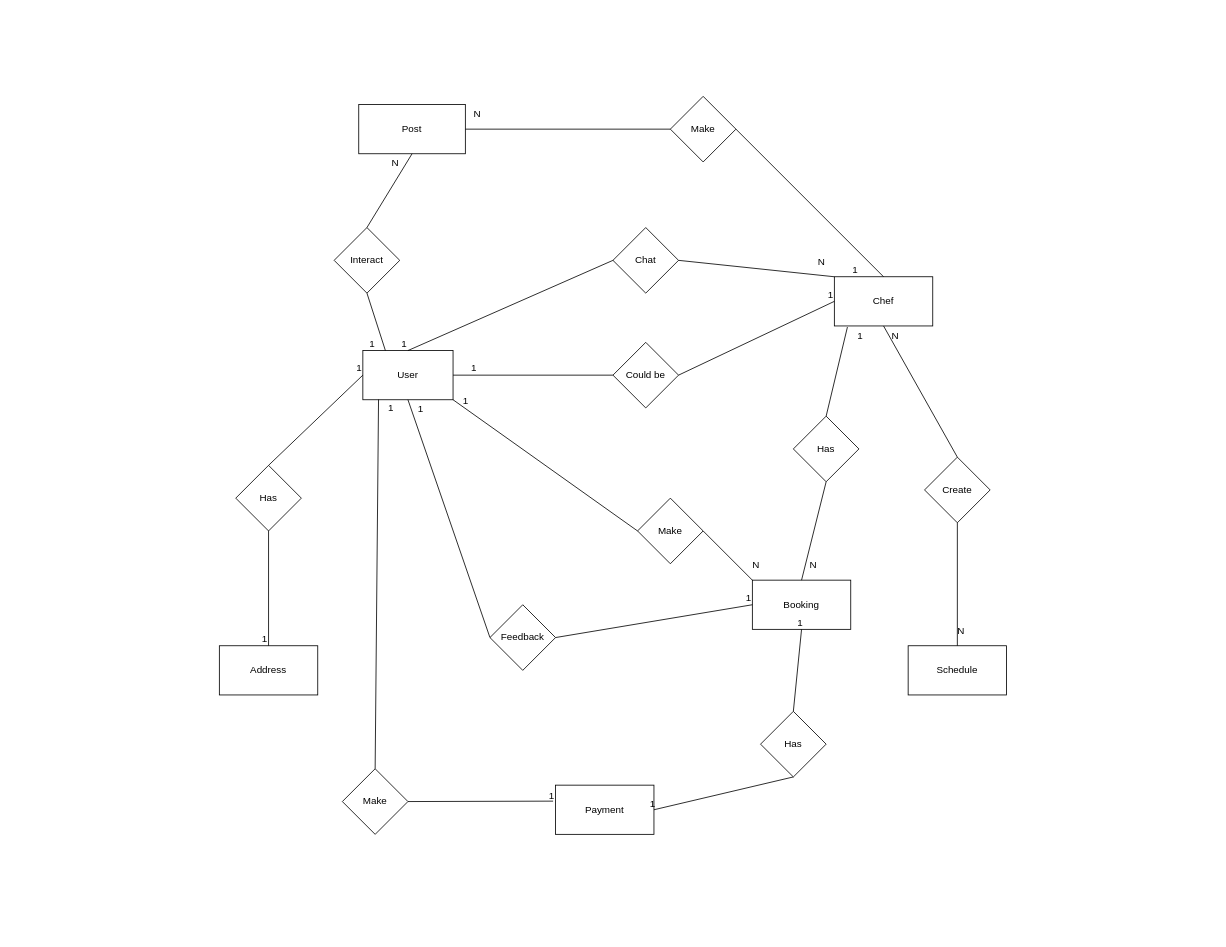
Earlier version of the draw.io diagram ERDiagram.drawio (sagarukani/Chef.IO). Source tidied: cells renumbered, new cells numbered last; positions are measured from the earlier drawing's top-left corner, leaving out a move shared by most shapes. Both pictures are drawn from the tidied source at 82%, with x=0, y=0 at pixel (219, 96).
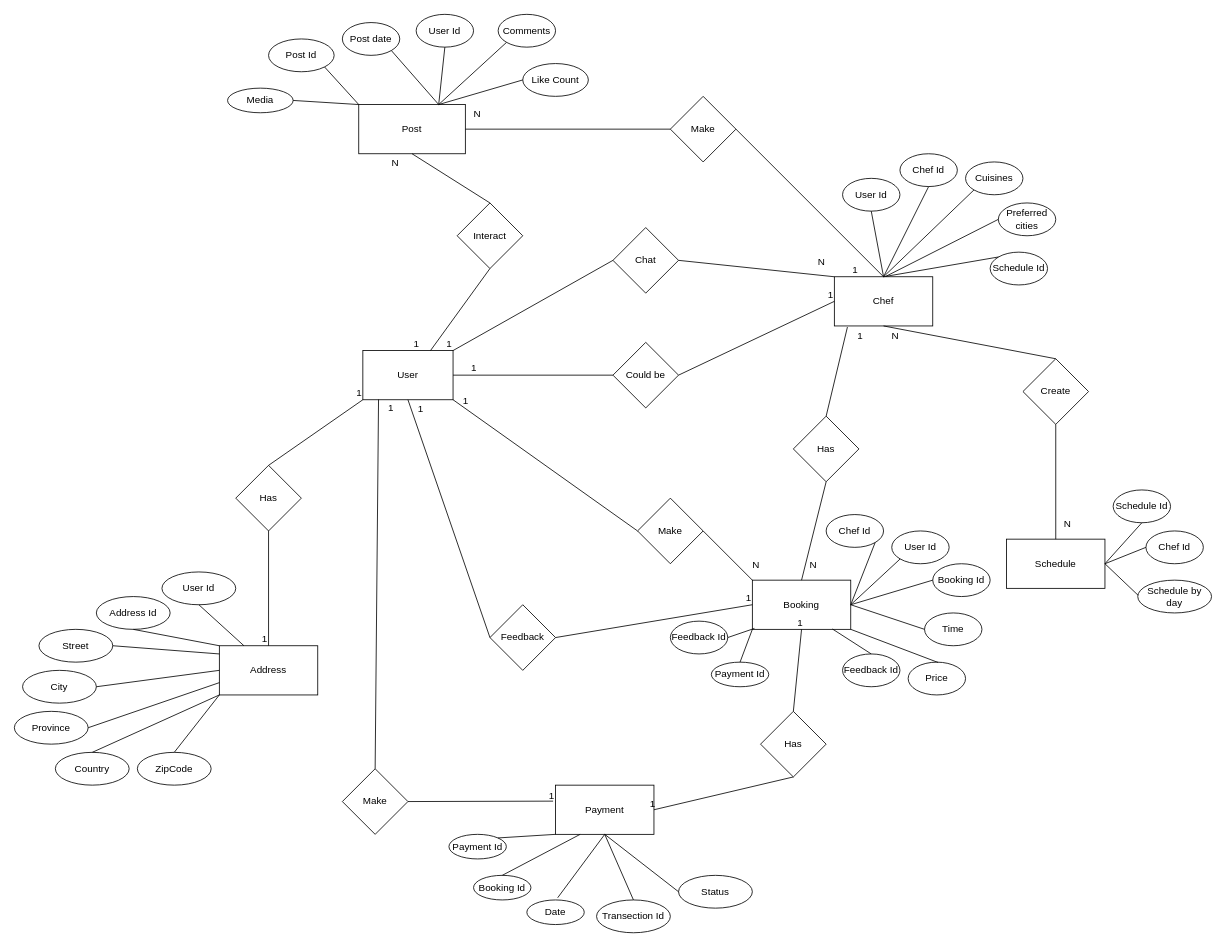
After the change.

Unchanged cells that the change refers to:
```xml
<mxCell id="2" value="User" style="rounded=0;whiteSpace=wrap;html=1;" parent="1" vertex="1">
  <mxGeometry x="175" y="310" width="110" height="60" as="geometry" />
</mxCell>
<mxCell id="3" value="Address" style="rounded=0;whiteSpace=wrap;html=1;" parent="1" vertex="1">
  <mxGeometry y="670" width="120" height="60" as="geometry" />
</mxCell>
<mxCell id="4" value="Chef" style="rounded=0;whiteSpace=wrap;html=1;" parent="1" vertex="1">
  <mxGeometry x="750" y="220" width="120" height="60" as="geometry" />
</mxCell>
<mxCell id="6" value="Booking" style="rounded=0;whiteSpace=wrap;html=1;" parent="1" vertex="1">
  <mxGeometry x="650" y="590" width="120" height="60" as="geometry" />
</mxCell>
<mxCell id="7" value="Payment" style="rounded=0;whiteSpace=wrap;html=1;" parent="1" vertex="1">
  <mxGeometry x="410" y="840" width="120" height="60" as="geometry" />
</mxCell>
<mxCell id="8" value="Post" style="rounded=0;whiteSpace=wrap;html=1;" parent="1" vertex="1">
  <mxGeometry x="170" y="10" width="130" height="60" as="geometry" />
</mxCell>
<mxCell id="14" value="Has" style="rhombus;whiteSpace=wrap;html=1;" parent="1" vertex="1">
  <mxGeometry x="20" y="450" width="80" height="80" as="geometry" />
</mxCell>
<mxCell id="32" style="endArrow=none;html=1;rounded=0;entryX=0.5;entryY=0;entryDx=0;entryDy=0;exitX=0.5;exitY=1;exitDx=0;exitDy=0;" parent="1" edge="1" source="29" target="5">
  <mxGeometry relative="1" as="geometry" />
</mxCell>
<mxCell id="49" value="Chat" style="rhombus;whiteSpace=wrap;html=1;" parent="1" vertex="1">
  <mxGeometry x="480" y="160" width="80" height="80" as="geometry" />
</mxCell>
```

The edit, as a diff of the source:
```diff
@@
     <mxCell id="5" value="Schedule" style="rounded=0;whiteSpace=wrap;html=1;" parent="1" vertex="1">
-      <mxGeometry x="840" y="670" width="120" height="60" as="geometry" />
+      <mxGeometry x="960" y="540" width="120" height="60" as="geometry" />
     </mxCell>
@@
-    <mxCell id="15" style="endArrow=none;html=1;rounded=0;exitX=0.5;exitY=0;exitDx=0;exitDy=0;entryX=0;entryY=0.5;entryDx=0;entryDy=0;" parent="1" edge="1" source="14" target="2">
+    <mxCell id="15" style="endArrow=none;html=1;rounded=0;exitX=0.5;exitY=0;exitDx=0;exitDy=0;entryX=0;entryY=1;entryDx=0;entryDy=0;" parent="1" edge="1" source="14" target="2">
       <mxGeometry relative="1" as="geometry" />
     </mxCell>
@@
     <mxCell id="29" value="Create" style="rhombus;whiteSpace=wrap;html=1;" parent="1" vertex="1">
-      <mxGeometry x="860" y="440" width="80" height="80" as="geometry" />
+      <mxGeometry x="980" y="320" width="80" height="80" as="geometry" />
     </mxCell>
@@
     <mxCell id="33" value="N" style="html=1;whiteSpace=wrap;align=right;verticalAlign=bottom;" parent="32" vertex="1">
       <mxGeometry x="1" relative="1" as="geometry">
-        <mxPoint x="10" y="-10" as="offset" />
+        <mxPoint x="20" y="-10" as="offset" />
       </mxGeometry>
     </mxCell>
@@
-    <mxCell id="50" style="endArrow=none;html=1;rounded=0;exitX=0;exitY=0.5;exitDx=0;exitDy=0;entryX=0.5;entryY=0;entryDx=0;entryDy=0;" parent="1" edge="1" source="49" target="2">
+    <mxCell id="50" style="endArrow=none;html=1;rounded=0;exitX=0;exitY=0.5;exitDx=0;exitDy=0;entryX=1;entryY=0;entryDx=0;entryDy=0;" parent="1" edge="1" source="49" target="2">
       <mxGeometry relative="1" as="geometry" />
     </mxCell>
@@
     <mxCell id="59" value="Interact" style="rhombus;whiteSpace=wrap;html=1;" parent="1" vertex="1">
-      <mxGeometry x="140" y="160" width="80" height="80" as="geometry" />
+      <mxGeometry x="290" y="130" width="80" height="80" as="geometry" />
     </mxCell>
-    <mxCell id="60" style="endArrow=none;html=1;rounded=0;exitX=0.5;exitY=1;exitDx=0;exitDy=0;entryX=0.25;entryY=0;entryDx=0;entryDy=0;" parent="1" edge="1" source="59" target="2">
+    <mxCell id="60" style="endArrow=none;html=1;rounded=0;exitX=0.5;exitY=1;exitDx=0;exitDy=0;entryX=0.75;entryY=0;entryDx=0;entryDy=0;" parent="1" edge="1" source="59" target="2">
       <mxGeometry relative="1" as="geometry" />
     </mxCell>
@@
+    <mxCell id="64" value="Post Id" style="ellipse;whiteSpace=wrap;html=1;" parent="1" vertex="1">
+      <mxGeometry x="60" y="-70" width="80" height="40" as="geometry" />
+    </mxCell>
+    <mxCell id="65" value="Media" style="ellipse;whiteSpace=wrap;html=1;" parent="1" vertex="1">
+      <mxGeometry x="10" y="-10" width="80" height="30" as="geometry" />
+    </mxCell>
+    <mxCell id="66" value="Like Count" style="ellipse;whiteSpace=wrap;html=1;" parent="1" vertex="1">
+      <mxGeometry x="370" y="-40" width="80" height="40" as="geometry" />
+    </mxCell>
+    <mxCell id="67" value="Comments" style="ellipse;whiteSpace=wrap;html=1;" parent="1" vertex="1">
+      <mxGeometry x="340" y="-100" width="70" height="40" as="geometry" />
+    </mxCell>
+    <mxCell id="68" value="Post date" style="ellipse;whiteSpace=wrap;html=1;" parent="1" vertex="1">
+      <mxGeometry x="150" y="-90" width="70" height="40" as="geometry" />
+    </mxCell>
+    <mxCell id="69" value="User Id" style="ellipse;whiteSpace=wrap;html=1;" parent="1" vertex="1">
+      <mxGeometry x="240" y="-100" width="70" height="40" as="geometry" />
+    </mxCell>
+    <mxCell id="70" value="User Id" style="ellipse;whiteSpace=wrap;html=1;" parent="1" vertex="1">
+      <mxGeometry x="760" y="100" width="70" height="40" as="geometry" />
+    </mxCell>
+    <mxCell id="71" value="Chef Id" style="ellipse;whiteSpace=wrap;html=1;" parent="1" vertex="1">
+      <mxGeometry x="830" y="70" width="70" height="40" as="geometry" />
+    </mxCell>
+    <mxCell id="72" value="Cuisines" style="ellipse;whiteSpace=wrap;html=1;" parent="1" vertex="1">
+      <mxGeometry x="910" y="80" width="70" height="40" as="geometry" />
+    </mxCell>
+    <mxCell id="73" value="Preferred cities" style="ellipse;whiteSpace=wrap;html=1;" parent="1" vertex="1">
+      <mxGeometry x="950" y="130" width="70" height="40" as="geometry" />
+    </mxCell>
+    <mxCell id="74" value="Schedule Id" style="ellipse;whiteSpace=wrap;html=1;" parent="1" vertex="1">
+      <mxGeometry x="940" y="190" width="70" height="40" as="geometry" />
+    </mxCell>
+    <mxCell id="75" value="Schedule Id" style="ellipse;whiteSpace=wrap;html=1;" parent="1" vertex="1">
+      <mxGeometry x="1090" y="480" width="70" height="40" as="geometry" />
+    </mxCell>
+    <mxCell id="76" value="Chef Id" style="ellipse;whiteSpace=wrap;html=1;" parent="1" vertex="1">
+      <mxGeometry x="1130" y="530" width="70" height="40" as="geometry" />
+    </mxCell>
+    <mxCell id="77" value="Schedule by day" style="ellipse;whiteSpace=wrap;html=1;" parent="1" vertex="1">
+      <mxGeometry x="1120" y="590" width="90" height="40" as="geometry" />
+    </mxCell>
+    <mxCell id="78" value="Chef Id" style="ellipse;whiteSpace=wrap;html=1;" parent="1" vertex="1">
+      <mxGeometry x="740" y="510" width="70" height="40" as="geometry" />
+    </mxCell>
+    <mxCell id="79" value="User Id" style="ellipse;whiteSpace=wrap;html=1;" parent="1" vertex="1">
+      <mxGeometry x="820" y="530" width="70" height="40" as="geometry" />
+    </mxCell>
+    <mxCell id="80" value="Booking Id" style="ellipse;whiteSpace=wrap;html=1;" parent="1" vertex="1">
+      <mxGeometry x="870" y="570" width="70" height="40" as="geometry" />
+    </mxCell>
+    <mxCell id="81" value="Time" style="ellipse;whiteSpace=wrap;html=1;" parent="1" vertex="1">
+      <mxGeometry x="860" y="630" width="70" height="40" as="geometry" />
+    </mxCell>
+    <mxCell id="82" value="Price" style="ellipse;whiteSpace=wrap;html=1;" parent="1" vertex="1">
+      <mxGeometry x="840" y="690" width="70" height="40" as="geometry" />
+    </mxCell>
+    <mxCell id="83" value="Payment Id" style="ellipse;whiteSpace=wrap;html=1;" parent="1" vertex="1">
+      <mxGeometry x="600" y="690" width="70" height="30" as="geometry" />
+    </mxCell>
+    <mxCell id="84" value="Feedback Id" style="ellipse;whiteSpace=wrap;html=1;" parent="1" vertex="1">
+      <mxGeometry x="760" y="680" width="70" height="40" as="geometry" />
+    </mxCell>
+    <mxCell id="85" value="Feedback Id" style="ellipse;whiteSpace=wrap;html=1;" parent="1" vertex="1">
+      <mxGeometry x="550" y="640" width="70" height="40" as="geometry" />
+    </mxCell>
+    <mxCell id="86" value="Payment Id" style="ellipse;whiteSpace=wrap;html=1;" parent="1" vertex="1">
+      <mxGeometry x="280" y="900" width="70" height="30" as="geometry" />
+    </mxCell>
+    <mxCell id="87" value="Booking Id" style="ellipse;whiteSpace=wrap;html=1;" parent="1" vertex="1">
+      <mxGeometry x="310" y="950" width="70" height="30" as="geometry" />
+    </mxCell>
+    <mxCell id="88" value="Date" style="ellipse;whiteSpace=wrap;html=1;" parent="1" vertex="1">
+      <mxGeometry x="375" y="980" width="70" height="30" as="geometry" />
+    </mxCell>
+    <mxCell id="89" value="Transection Id" style="ellipse;whiteSpace=wrap;html=1;" parent="1" vertex="1">
+      <mxGeometry x="460" y="980" width="90" height="40" as="geometry" />
+    </mxCell>
+    <mxCell id="90" value="Status" style="ellipse;whiteSpace=wrap;html=1;" parent="1" vertex="1">
+      <mxGeometry x="560" y="950" width="90" height="40" as="geometry" />
+    </mxCell>
+    <mxCell id="91" value="User Id" style="ellipse;whiteSpace=wrap;html=1;" parent="1" vertex="1">
+      <mxGeometry x="-70" y="580" width="90" height="40" as="geometry" />
+    </mxCell>
+    <mxCell id="92" value="Address Id" style="ellipse;whiteSpace=wrap;html=1;" parent="1" vertex="1">
+      <mxGeometry x="-150" y="610" width="90" height="40" as="geometry" />
+    </mxCell>
+    <mxCell id="93" value="Street" style="ellipse;whiteSpace=wrap;html=1;" parent="1" vertex="1">
+      <mxGeometry x="-220" y="650" width="90" height="40" as="geometry" />
+    </mxCell>
+    <mxCell id="94" value="City" style="ellipse;whiteSpace=wrap;html=1;" parent="1" vertex="1">
+      <mxGeometry x="-240" y="700" width="90" height="40" as="geometry" />
+    </mxCell>
+    <mxCell id="95" value="Province" style="ellipse;whiteSpace=wrap;html=1;" parent="1" vertex="1">
+      <mxGeometry x="-250" y="750" width="90" height="40" as="geometry" />
+    </mxCell>
+    <mxCell id="96" value="Country" style="ellipse;whiteSpace=wrap;html=1;" parent="1" vertex="1">
+      <mxGeometry x="-200" y="800" width="90" height="40" as="geometry" />
+    </mxCell>
+    <mxCell id="97" value="ZipCode" style="ellipse;whiteSpace=wrap;html=1;" parent="1" vertex="1">
+      <mxGeometry x="-100" y="800" width="90" height="40" as="geometry" />
+    </mxCell>
+    <mxCell id="98" style="endArrow=none;html=1;rounded=0;exitX=0.5;exitY=1;exitDx=0;exitDy=0;entryX=0.25;entryY=0;entryDx=0;entryDy=0;" parent="1" edge="1" source="91" target="3">
+      <mxGeometry relative="1" as="geometry" />
+    </mxCell>
+    <mxCell id="99" style="endArrow=none;html=1;rounded=0;exitX=0.5;exitY=1;exitDx=0;exitDy=0;entryX=0;entryY=0;entryDx=0;entryDy=0;" parent="1" edge="1" source="92" target="3">
+      <mxGeometry relative="1" as="geometry" />
+    </mxCell>
+    <mxCell id="100" style="endArrow=none;html=1;rounded=0;exitX=1;exitY=0.5;exitDx=0;exitDy=0;" parent="1" edge="1" source="93">
+      <mxGeometry relative="1" as="geometry">
+        <mxPoint y="680" as="targetPoint" />
+      </mxGeometry>
+    </mxCell>
+    <mxCell id="101" style="endArrow=none;html=1;rounded=0;exitX=1;exitY=0.5;exitDx=0;exitDy=0;entryX=0;entryY=0.5;entryDx=0;entryDy=0;" parent="1" edge="1" source="94" target="3">
+      <mxGeometry relative="1" as="geometry" />
+    </mxCell>
+    <mxCell id="102" style="endArrow=none;html=1;rounded=0;exitX=1;exitY=0.5;exitDx=0;exitDy=0;entryX=0;entryY=0.75;entryDx=0;entryDy=0;" parent="1" edge="1" source="95" target="3">
+      <mxGeometry relative="1" as="geometry" />
+    </mxCell>
+    <mxCell id="103" style="endArrow=none;html=1;rounded=0;exitX=0.5;exitY=0;exitDx=0;exitDy=0;" parent="1" edge="1" source="96">
+      <mxGeometry relative="1" as="geometry">
+        <mxPoint y="730" as="targetPoint" />
+      </mxGeometry>
+    </mxCell>
+    <mxCell id="104" style="endArrow=none;html=1;rounded=0;exitX=0.5;exitY=0;exitDx=0;exitDy=0;entryX=0;entryY=1;entryDx=0;entryDy=0;" parent="1" edge="1" source="97" target="3">
+      <mxGeometry relative="1" as="geometry" />
+    </mxCell>
+    <mxCell id="105" style="endArrow=none;html=1;rounded=0;exitX=1;exitY=0;exitDx=0;exitDy=0;entryX=0;entryY=1;entryDx=0;entryDy=0;" parent="1" edge="1" source="86" target="7">
+      <mxGeometry relative="1" as="geometry" />
+    </mxCell>
+    <mxCell id="106" style="endArrow=none;html=1;rounded=0;exitX=0.5;exitY=0;exitDx=0;exitDy=0;entryX=0.25;entryY=1;entryDx=0;entryDy=0;" parent="1" edge="1" source="87" target="7">
+      <mxGeometry relative="1" as="geometry" />
+    </mxCell>
+    <mxCell id="107" style="endArrow=none;html=1;rounded=0;exitX=0.537;exitY=-0.089;exitDx=0;exitDy=0;entryX=0.5;entryY=1;entryDx=0;entryDy=0;exitPerimeter=0;" parent="1" edge="1" source="88" target="7">
+      <mxGeometry relative="1" as="geometry" />
+    </mxCell>
+    <mxCell id="108" style="endArrow=none;html=1;rounded=0;exitX=0.5;exitY=0;exitDx=0;exitDy=0;entryX=0.5;entryY=1;entryDx=0;entryDy=0;" parent="1" edge="1" source="89" target="7">
+      <mxGeometry relative="1" as="geometry" />
+    </mxCell>
+    <mxCell id="109" style="endArrow=none;html=1;rounded=0;exitX=0;exitY=0.5;exitDx=0;exitDy=0;entryX=0.5;entryY=1;entryDx=0;entryDy=0;" parent="1" edge="1" source="90" target="7">
+      <mxGeometry relative="1" as="geometry" />
+    </mxCell>
+    <mxCell id="110" style="endArrow=none;html=1;rounded=0;entryX=1;entryY=0.5;entryDx=0;entryDy=0;exitX=0.021;exitY=0.981;exitDx=0;exitDy=0;exitPerimeter=0;" parent="1" edge="1" source="6" target="85">
+      <mxGeometry relative="1" as="geometry" />
+    </mxCell>
+    <mxCell id="111" style="endArrow=none;html=1;rounded=0;entryX=0.5;entryY=0;entryDx=0;entryDy=0;exitX=0;exitY=1;exitDx=0;exitDy=0;" parent="1" edge="1" source="6" target="83">
+      <mxGeometry relative="1" as="geometry" />
+    </mxCell>
+    <mxCell id="112" style="endArrow=none;html=1;rounded=0;entryX=0.5;entryY=0;entryDx=0;entryDy=0;exitX=0.814;exitY=0.993;exitDx=0;exitDy=0;exitPerimeter=0;" parent="1" edge="1" source="6" target="84">
+      <mxGeometry relative="1" as="geometry" />
+    </mxCell>
+    <mxCell id="113" style="endArrow=none;html=1;rounded=0;entryX=0.522;entryY=0.01;entryDx=0;entryDy=0;exitX=1;exitY=1;exitDx=0;exitDy=0;entryPerimeter=0;" parent="1" edge="1" source="6" target="82">
+      <mxGeometry relative="1" as="geometry" />
+    </mxCell>
+    <mxCell id="114" style="endArrow=none;html=1;rounded=0;entryX=0;entryY=0.5;entryDx=0;entryDy=0;exitX=1;exitY=0.5;exitDx=0;exitDy=0;" parent="1" edge="1" source="6" target="81">
+      <mxGeometry relative="1" as="geometry" />
+    </mxCell>
+    <mxCell id="115" style="endArrow=none;html=1;rounded=0;entryX=0;entryY=0.5;entryDx=0;entryDy=0;exitX=1;exitY=0.5;exitDx=0;exitDy=0;" parent="1" edge="1" source="6" target="80">
+      <mxGeometry relative="1" as="geometry" />
+    </mxCell>
+    <mxCell id="116" style="endArrow=none;html=1;rounded=0;entryX=0;entryY=1;entryDx=0;entryDy=0;" parent="1" edge="1" target="79">
+      <mxGeometry relative="1" as="geometry">
+        <mxPoint x="770" y="620" as="sourcePoint" />
+      </mxGeometry>
+    </mxCell>
+    <mxCell id="117" style="endArrow=none;html=1;rounded=0;entryX=1;entryY=1;entryDx=0;entryDy=0;" parent="1" edge="1" target="78">
+      <mxGeometry relative="1" as="geometry">
+        <mxPoint x="770" y="620" as="sourcePoint" />
+      </mxGeometry>
+    </mxCell>
+    <mxCell id="118" style="endArrow=none;html=1;rounded=0;exitX=1;exitY=0.5;exitDx=0;exitDy=0;entryX=0.004;entryY=0.459;entryDx=0;entryDy=0;entryPerimeter=0;" parent="1" edge="1" source="5" target="77">
+      <mxGeometry relative="1" as="geometry" />
+    </mxCell>
+    <mxCell id="119" style="endArrow=none;html=1;rounded=0;entryX=0;entryY=0.5;entryDx=0;entryDy=0;" parent="1" edge="1" target="76">
+      <mxGeometry relative="1" as="geometry">
+        <mxPoint x="1080" y="570" as="sourcePoint" />
+      </mxGeometry>
+    </mxCell>
+    <mxCell id="120" style="endArrow=none;html=1;rounded=0;entryX=0.5;entryY=1;entryDx=0;entryDy=0;" parent="1" edge="1" target="75">
+      <mxGeometry relative="1" as="geometry">
+        <mxPoint x="1080" y="570" as="sourcePoint" />
+      </mxGeometry>
+    </mxCell>
+    <mxCell id="121" style="endArrow=none;html=1;rounded=0;entryX=0.5;entryY=1;entryDx=0;entryDy=0;" parent="1" edge="1" target="70">
+      <mxGeometry relative="1" as="geometry">
+        <mxPoint x="810" y="220" as="sourcePoint" />
+      </mxGeometry>
+    </mxCell>
+    <mxCell id="122" style="endArrow=none;html=1;rounded=0;entryX=0.5;entryY=1;entryDx=0;entryDy=0;exitX=0.5;exitY=0;exitDx=0;exitDy=0;" parent="1" edge="1" source="4" target="71">
+      <mxGeometry relative="1" as="geometry" />
+    </mxCell>
+    <mxCell id="123" style="endArrow=none;html=1;rounded=0;entryX=0;entryY=1;entryDx=0;entryDy=0;exitX=0.5;exitY=0;exitDx=0;exitDy=0;" parent="1" edge="1" source="4" target="72">
+      <mxGeometry relative="1" as="geometry" />
+    </mxCell>
+    <mxCell id="124" style="endArrow=none;html=1;rounded=0;entryX=0;entryY=0.5;entryDx=0;entryDy=0;exitX=0.525;exitY=-0.01;exitDx=0;exitDy=0;exitPerimeter=0;" parent="1" edge="1" source="4" target="73">
+      <mxGeometry relative="1" as="geometry" />
+    </mxCell>
+    <mxCell id="125" style="endArrow=none;html=1;rounded=0;entryX=0;entryY=0;entryDx=0;entryDy=0;exitX=0.5;exitY=0;exitDx=0;exitDy=0;" parent="1" edge="1" source="4" target="74">
+      <mxGeometry relative="1" as="geometry" />
+    </mxCell>
+    <mxCell id="126" style="endArrow=none;html=1;rounded=0;exitX=0.75;exitY=0;exitDx=0;exitDy=0;entryX=0;entryY=0.5;entryDx=0;entryDy=0;" parent="1" edge="1" source="8" target="66">
+      <mxGeometry relative="1" as="geometry" />
+    </mxCell>
+    <mxCell id="127" style="endArrow=none;html=1;rounded=0;exitX=0.75;exitY=0;exitDx=0;exitDy=0;entryX=0;entryY=1;entryDx=0;entryDy=0;" parent="1" edge="1" source="8" target="67">
+      <mxGeometry relative="1" as="geometry" />
+    </mxCell>
+    <mxCell id="128" style="endArrow=none;html=1;rounded=0;exitX=0.75;exitY=0;exitDx=0;exitDy=0;entryX=0.5;entryY=1;entryDx=0;entryDy=0;" parent="1" edge="1" source="8" target="69">
+      <mxGeometry relative="1" as="geometry" />
+    </mxCell>
+    <mxCell id="129" style="endArrow=none;html=1;rounded=0;exitX=0.75;exitY=0;exitDx=0;exitDy=0;entryX=1;entryY=1;entryDx=0;entryDy=0;" parent="1" edge="1" source="8" target="68">
+      <mxGeometry relative="1" as="geometry" />
+    </mxCell>
+    <mxCell id="130" style="endArrow=none;html=1;rounded=0;exitX=0;exitY=0;exitDx=0;exitDy=0;entryX=1;entryY=1;entryDx=0;entryDy=0;" parent="1" edge="1" source="8" target="64">
+      <mxGeometry relative="1" as="geometry" />
+    </mxCell>
+    <mxCell id="131" style="endArrow=none;html=1;rounded=0;exitX=0;exitY=0;exitDx=0;exitDy=0;entryX=1;entryY=0.5;entryDx=0;entryDy=0;" parent="1" edge="1" source="8" target="65">
+      <mxGeometry relative="1" as="geometry" />
+    </mxCell>
```
